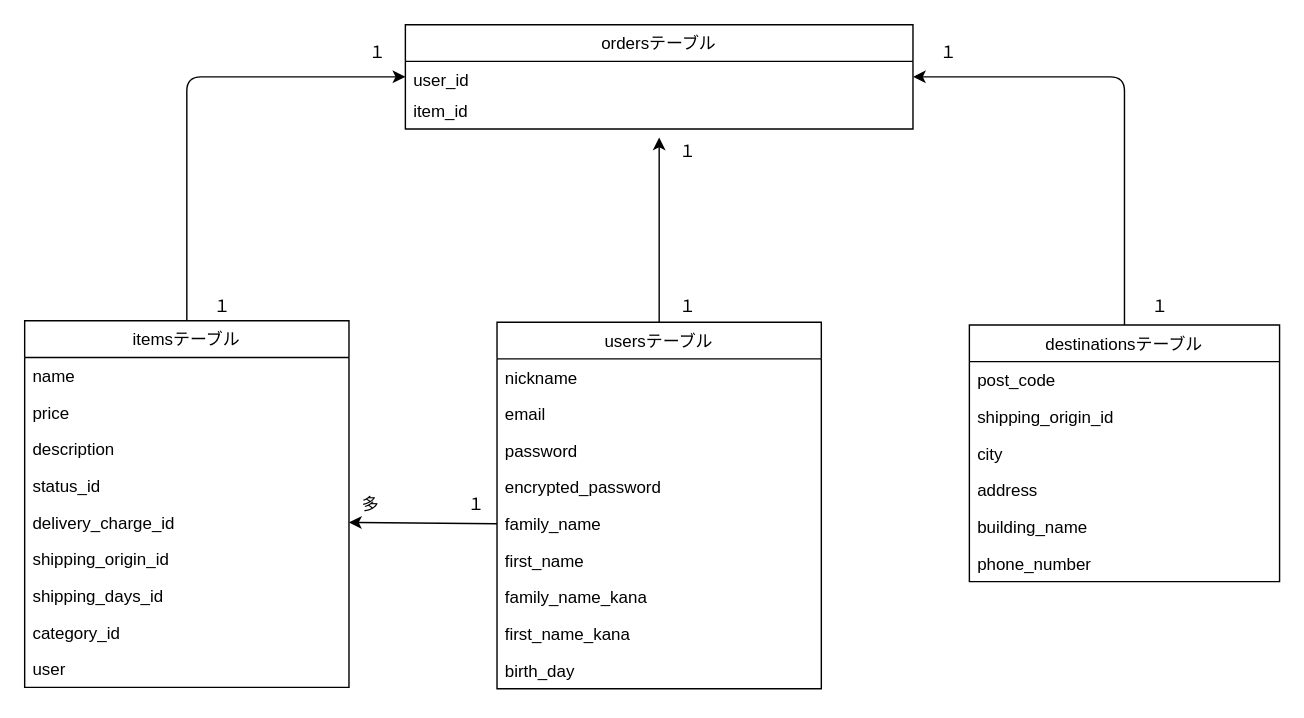
Before: app/views/er.dio in aseaseyuuki/furima-38485, a draw.io diagram. Source tidied: cells renumbered, new cells numbered last; positions are measured from the earlier drawing's top-left corner, leaving out a move shared by most shapes. Both pictures are drawn from the tidied source at 141%, with x=0, y=0 at pixel (24, 24).
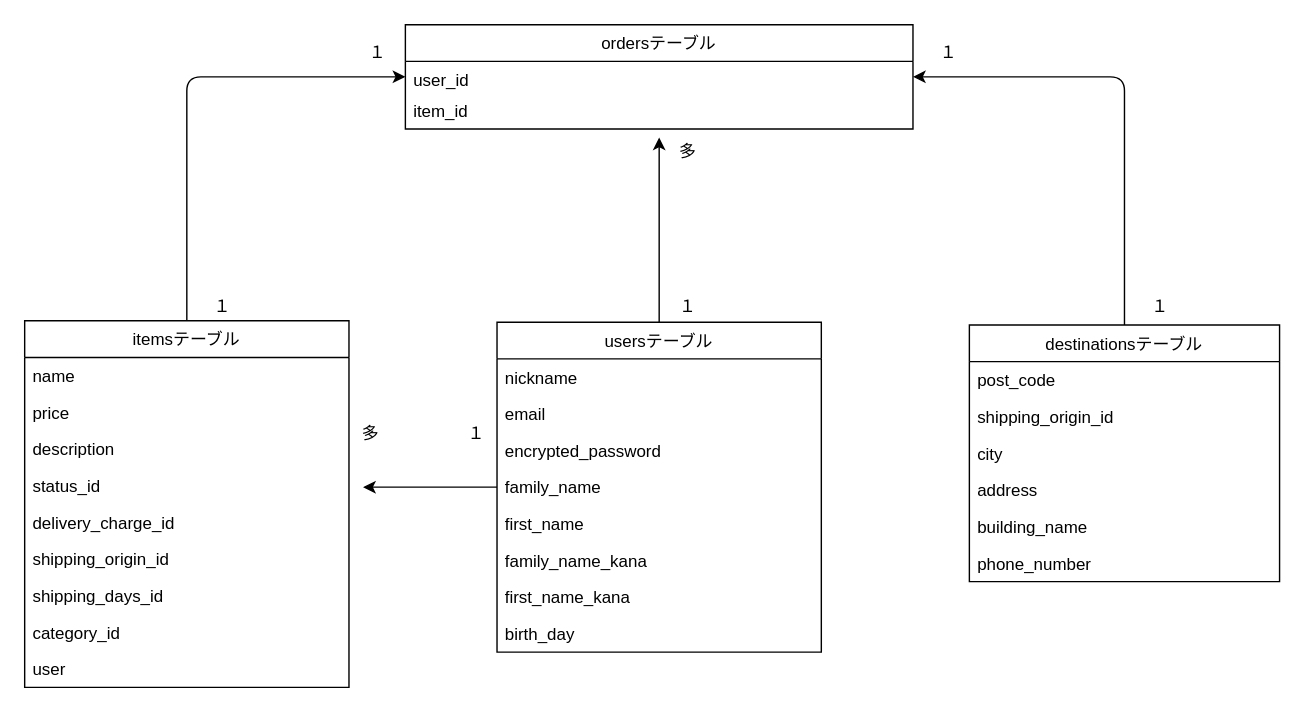
After the change.

Commit message (it also covers changes not shown here):
DB設計の訂正の訂正

The change refers to these unchanged cells:
```xml
<mxCell id="22" value="delivery_charge_id" style="text;strokeColor=none;fillColor=none;align=left;verticalAlign=top;spacingLeft=4;spacingRight=4;overflow=hidden;points=[[0,0.5],[1,0.5]];portConstraint=eastwest;" parent="17" vertex="1">
  <mxGeometry y="130" width="230" height="26" as="geometry" />
</mxCell>
```

What changed in the source:
```diff
@@
     <mxCell id="6" value="usersテーブル" style="swimlane;fontStyle=0;horizontal=1;startSize=26;fillColor=none;" parent="1" vertex="1">
-      <mxGeometry x="335" y="211" width="230" height="260" as="geometry" />
+      <mxGeometry x="335" y="211" width="230" height="234" as="geometry" />
     </mxCell>
@@
-    <mxCell id="9" value="password&#10;" style="text;strokeColor=none;fillColor=none;align=left;verticalAlign=top;spacingLeft=4;spacingRight=4;overflow=hidden;" parent="6" vertex="1">
-      <mxGeometry y="78" width="230" height="26" as="geometry" />
-    </mxCell>
     <mxCell id="10" value="encrypted_password" style="text;strokeColor=none;fillColor=none;align=left;verticalAlign=top;spacingLeft=4;spacingRight=4;overflow=hidden;" parent="6" vertex="1">
-      <mxGeometry y="104" width="230" height="26" as="geometry" />
+      <mxGeometry y="78" width="230" height="26" as="geometry" />
     </mxCell>
     <mxCell id="11" value="family_name" style="text;strokeColor=none;fillColor=none;align=left;verticalAlign=top;spacingLeft=4;spacingRight=4;overflow=hidden;points=[[0,0.5],[1,0.5]];portConstraint=eastwest;" parent="6" vertex="1">
-      <mxGeometry y="130" width="230" height="26" as="geometry" />
+      <mxGeometry y="104" width="230" height="26" as="geometry" />
     </mxCell>
     <mxCell id="12" value="first_name" style="text;strokeColor=none;fillColor=none;align=left;verticalAlign=top;spacingLeft=4;spacingRight=4;overflow=hidden;" parent="6" vertex="1">
-      <mxGeometry y="156" width="230" height="26" as="geometry" />
+      <mxGeometry y="130" width="230" height="26" as="geometry" />
     </mxCell>
     <mxCell id="13" value="family_name_kana" style="text;strokeColor=none;fillColor=none;align=left;verticalAlign=top;spacingLeft=4;spacingRight=4;overflow=hidden;" parent="6" vertex="1">
-      <mxGeometry y="182" width="230" height="26" as="geometry" />
+      <mxGeometry y="156" width="230" height="26" as="geometry" />
     </mxCell>
     <mxCell id="14" value="first_name_kana" style="text;strokeColor=none;fillColor=none;align=left;verticalAlign=top;spacingLeft=4;spacingRight=4;overflow=hidden;" parent="6" vertex="1">
-      <mxGeometry y="208" width="230" height="26" as="geometry" />
+      <mxGeometry y="182" width="230" height="26" as="geometry" />
     </mxCell>
     <mxCell id="15" value="birth_day" style="text;strokeColor=none;fillColor=none;align=left;verticalAlign=top;spacingLeft=4;spacingRight=4;overflow=hidden;" parent="6" vertex="1">
-      <mxGeometry y="234" width="230" height="26" as="geometry" />
+      <mxGeometry y="208" width="230" height="26" as="geometry" />
     </mxCell>
@@
-    <mxCell id="35" style="edgeStyle=none;html=1;exitX=0;exitY=0.5;exitDx=0;exitDy=0;entryX=1;entryY=0.5;entryDx=0;entryDy=0;" parent="1" edge="1" source="11" target="22">
-      <mxGeometry relative="1" as="geometry" />
-    </mxCell>
     <mxCell id="36" value="多" style="text;html=1;align=center;verticalAlign=middle;fillColor=none;strokeColor=none;rounded=0;" parent="1" vertex="1">
-      <mxGeometry x="230" y="331" width="30" height="20" as="geometry" />
+      <mxGeometry x="230" y="280" width="30" height="20" as="geometry" />
     </mxCell>
     <mxCell id="37" value="１" style="text;html=1;align=center;verticalAlign=middle;fillColor=none;strokeColor=none;rounded=0;" parent="1" vertex="1">
-      <mxGeometry x="305" y="331" width="30" height="20" as="geometry" />
+      <mxGeometry x="305" y="280" width="30" height="20" as="geometry" />
     </mxCell>
-    <mxCell id="38" value="１" style="text;html=1;align=center;verticalAlign=middle;strokeColor=none;fillColor=none;" parent="1" vertex="1">
-      <mxGeometry x="455" y="80" width="30" height="20" as="geometry" />
-    </mxCell>
@@
+    <mxCell id="44" style="edgeStyle=none;html=1;exitX=0;exitY=0.5;exitDx=0;exitDy=0;" parent="1" edge="1" source="11">
+      <mxGeometry relative="1" as="geometry">
+        <mxPoint x="240" y="328" as="targetPoint" />
+      </mxGeometry>
+    </mxCell>
+    <mxCell id="45" value="多" style="text;html=1;align=center;verticalAlign=middle;strokeColor=none;fillColor=none;" parent="1" vertex="1">
+      <mxGeometry x="455" y="80" width="30" height="20" as="geometry" />
+    </mxCell>
```
